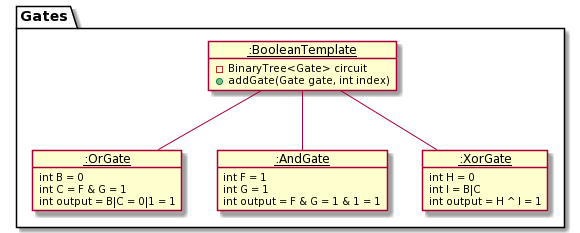
Earlier version of the PlantUML export docs/diagrams/AddCommandOrAndXor.png (sevenseasofbri/tp).
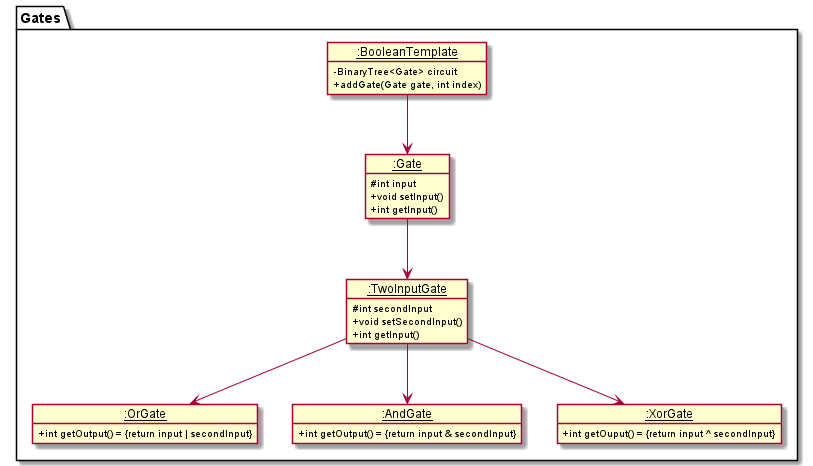
After the commit.

What changed in the source:
```diff
@@ -1,35 +1,44 @@
 @startuml
+!include style.puml
+
 package Gates {
     object "__:BooleanTemplate__" as State1
     object "__:OrGate__" as State2
     object "__:AndGate__" as State3
     object “__:XorGate__" as State4
+    object “__:Gate__" as State5
+    object “__:TwoInputGate__" as State6
 }
-
 object State1 {
     - BinaryTree<Gate> circuit
     + addGate(Gate gate, int index)
 }
-
 object State2 {
-    int B = 0
-    int C = F & G = 1
-    int output = B|C = 0|1 = 1
+    + int getOutput() = {return input | secondInput}
+}
+object State3 {
+    + int getOutput() = {return input & secondInput}
+}
+object State4 {
+    + int getOuput() = {return input ^ secondInput}
 }
 
-object State3 {
-   int F = 1
-   int G = 1
-   int output = F & G = 1 & 1 = 1
+object State5 {
+   # int input
+   + void setInput()
+   + int getInput()
 }
 
-object State4 {
-   int H = 0
-   int I = B|C
-   int output = H ^ I = 1
+object State6 {
+   # int secondInput
+   + void setSecondInput()
+   + int getInput()
 }
 
-State1 -- State2
-State1 -- State3
-State1 -- State4
+
+State1 --> State5
+State5 --> State6
+State6 --> State3
+State6 --> State4
+State6 --> State2
 @enduml
```
